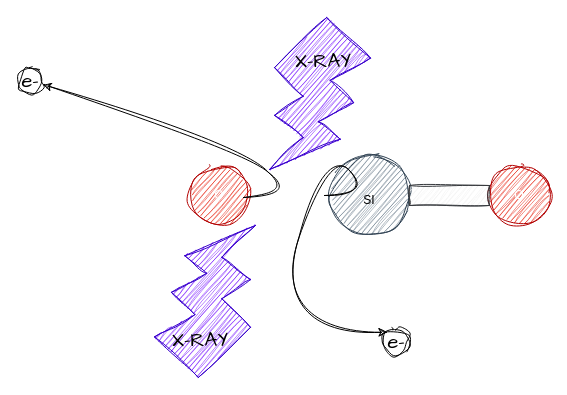
The draw.io diagram RIA.drawio in 666creeping666death/C-code, before the edit. Source tidied: cells renumbered, new cells numbered last; positions are measured from the earlier drawing's top-left corner, leaving out a move shared by most shapes. Both pictures are drawn from the tidied source at 100%, with x=0, y=0 at pixel (17, 17).
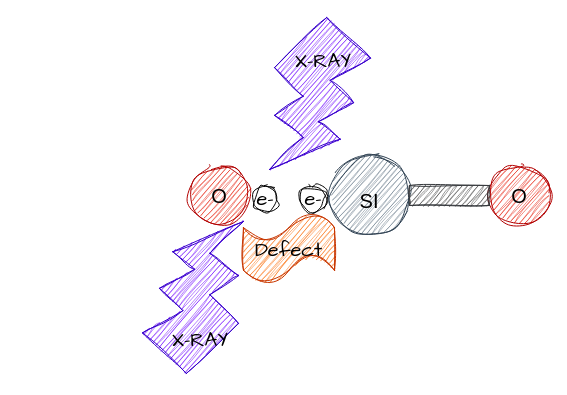
The same diagram, later.

Change to the diagram source:
```diff
@@
 <mxGraphModel>
   <root>
     <mxCell id="0" />
     <mxCell id="1" parent="0" />
     <mxCell id="2" style="ellipse;whiteSpace=wrap;html=1;sketch=1;curveFitting=1;jiggle=2;fillColor=#647687;fontColor=#ffffff;strokeColor=#314354;" parent="1" vertex="1">
       <mxGeometry x="312" y="138" width="80" height="80" as="geometry" />
     </mxCell>
-    <mxCell id="3" value="O" style="ellipse;whiteSpace=wrap;html=1;sketch=1;curveFitting=1;jiggle=2;fillColor=#e51400;fontColor=#ffffff;strokeColor=#B20000;" parent="1" vertex="1">
+    <mxCell id="3" value="&lt;font style=&quot;font-size: 20px;&quot; color=&quot;#000000&quot;&gt;O&lt;/font&gt;" style="ellipse;whiteSpace=wrap;html=1;sketch=1;curveFitting=1;jiggle=2;fillColor=#e51400;fontColor=#ffffff;strokeColor=#B20000;" parent="1" vertex="1">
       <mxGeometry x="472" y="148" width="60" height="60" as="geometry" />
     </mxCell>
-    <mxCell id="4" value="O" style="ellipse;whiteSpace=wrap;html=1;sketch=1;curveFitting=1;jiggle=2;fillColor=#e51400;fontColor=#ffffff;strokeColor=#B20000;" parent="1" vertex="1">
+    <mxCell id="4" value="&lt;font style=&quot;font-size: 20px;&quot; color=&quot;#000000&quot;&gt;O&lt;/font&gt;" style="ellipse;whiteSpace=wrap;html=1;sketch=1;curveFitting=1;jiggle=2;fillColor=#e51400;fontColor=#ffffff;strokeColor=#B20000;" parent="1" vertex="1">
       <mxGeometry x="172" y="148" width="60" height="60" as="geometry" />
     </mxCell>
-    <mxCell id="5" style="rounded=0;whiteSpace=wrap;html=1;sketch=1;curveFitting=1;jiggle=2;fillColor=#eeeeee;strokeColor=#36393d;" parent="1" vertex="1">
+    <mxCell id="5" style="rounded=0;whiteSpace=wrap;html=1;sketch=1;curveFitting=1;jiggle=2;fillColor=#333333;strokeColor=#36393d;" parent="1" vertex="1">
       <mxGeometry x="392" y="168" width="80" height="20" as="geometry" />
     </mxCell>
-    <mxCell id="6" value="SI" style="text;html=1;strokeColor=none;fillColor=none;align=center;verticalAlign=middle;whiteSpace=wrap;rounded=0;sketch=1;curveFitting=1;jiggle=2;" parent="1" vertex="1">
+    <mxCell id="6" value="&lt;font style=&quot;font-size: 20px;&quot;&gt;SI&lt;/font&gt;" style="text;html=1;strokeColor=none;fillColor=none;align=center;verticalAlign=middle;whiteSpace=wrap;rounded=0;sketch=1;curveFitting=1;jiggle=2;" parent="1" vertex="1">
       <mxGeometry x="322" y="168" width="60" height="30" as="geometry" />
     </mxCell>
     <mxCell id="7" style="verticalLabelPosition=bottom;verticalAlign=top;html=1;shape=mxgraph.basic.flash;sketch=1;hachureGap=4;jiggle=2;curveFitting=1;fontFamily=Architects Daughter;fontSize=20;fillColor=#6a00ff;fontColor=#ffffff;strokeColor=#3700CC;" parent="1" vertex="1">
       <mxGeometry x="252" width="101" height="152" as="geometry" />
     </mxCell>
     <mxCell id="8" value="X-RAY" style="text;html=1;strokeColor=none;fillColor=none;align=center;verticalAlign=middle;whiteSpace=wrap;rounded=0;fontSize=20;fontFamily=Architects Daughter;" parent="1" vertex="1">
       <mxGeometry x="276" y="28" width="60" height="30" as="geometry" />
     </mxCell>
     <mxCell id="9" style="verticalLabelPosition=bottom;verticalAlign=top;html=1;shape=mxgraph.basic.flash;sketch=1;hachureGap=4;jiggle=2;curveFitting=1;fontFamily=Architects Daughter;fontSize=20;fillColor=#6a00ff;fontColor=#ffffff;strokeColor=#3700CC;direction=west;" parent="1" vertex="1">
-      <mxGeometry x="137" y="208" width="101" height="152" as="geometry" />
+      <mxGeometry x="125" y="204" width="101" height="152" as="geometry" />
     </mxCell>
     <mxCell id="10" value="X-RAY" style="text;html=1;strokeColor=none;fillColor=none;align=center;verticalAlign=middle;whiteSpace=wrap;rounded=0;fontSize=20;fontFamily=Architects Daughter;" parent="1" vertex="1">
       <mxGeometry x="153" y="307" width="60" height="30" as="geometry" />
     </mxCell>
-    <mxCell id="11" style="curved=1;endArrow=classic;html=1;rounded=0;sketch=1;hachureGap=4;jiggle=2;curveFitting=1;fontFamily=Architects Daughter;fontSize=16;" parent="1" edge="1" target="12">
-      <mxGeometry relative="1" as="geometry">
-        <mxPoint x="226" y="180" as="sourcePoint" />
-        <Array as="points">
-          <mxPoint x="276" y="180" />
-          <mxPoint x="226" y="130" />
-        </Array>
-      </mxGeometry>
-    </mxCell>
     <mxCell id="12" value="e-" style="ellipse;whiteSpace=wrap;html=1;sketch=1;hachureGap=4;jiggle=2;curveFitting=1;fontFamily=Architects Daughter;fontSize=20;" parent="1" vertex="1">
-      <mxGeometry y="50" width="26" height="26" as="geometry" />
+      <mxGeometry x="235" y="168" width="26" height="26" as="geometry" />
     </mxCell>
     <mxCell id="13" value="e-" style="ellipse;whiteSpace=wrap;html=1;sketch=1;hachureGap=4;jiggle=2;curveFitting=1;fontFamily=Architects Daughter;fontSize=20;" parent="1" vertex="1">
-      <mxGeometry x="366" y="311" width="26" height="26" as="geometry" />
+      <mxGeometry x="283" y="168" width="26" height="26" as="geometry" />
     </mxCell>
-    <mxCell id="14" style="curved=1;endArrow=classic;html=1;rounded=0;sketch=1;hachureGap=4;jiggle=2;curveFitting=1;fontFamily=Architects Daughter;fontSize=16;entryX=0;entryY=0;entryDx=0;entryDy=0;" parent="1" edge="1" target="13">
-      <mxGeometry relative="1" as="geometry">
-        <mxPoint x="307" y="178" as="sourcePoint" />
-        <Array as="points">
-          <mxPoint x="357" y="178" />
-          <mxPoint x="307" y="128" />
-          <mxPoint x="255" y="315" />
-        </Array>
-      </mxGeometry>
-    </mxCell>
+    <mxCell id="15" value="Defect" style="shape=tape;whiteSpace=wrap;html=1;sketch=1;hachureGap=4;jiggle=2;curveFitting=1;fontFamily=Architects Daughter;fontSize=20;fillColor=#fa6800;strokeColor=#C73500;fontColor=#000000;" parent="1" vertex="1">
+      <mxGeometry x="226" y="196" width="91" height="71" as="geometry" />
+    </mxCell>
   </root>
 </mxGraphModel>
```
